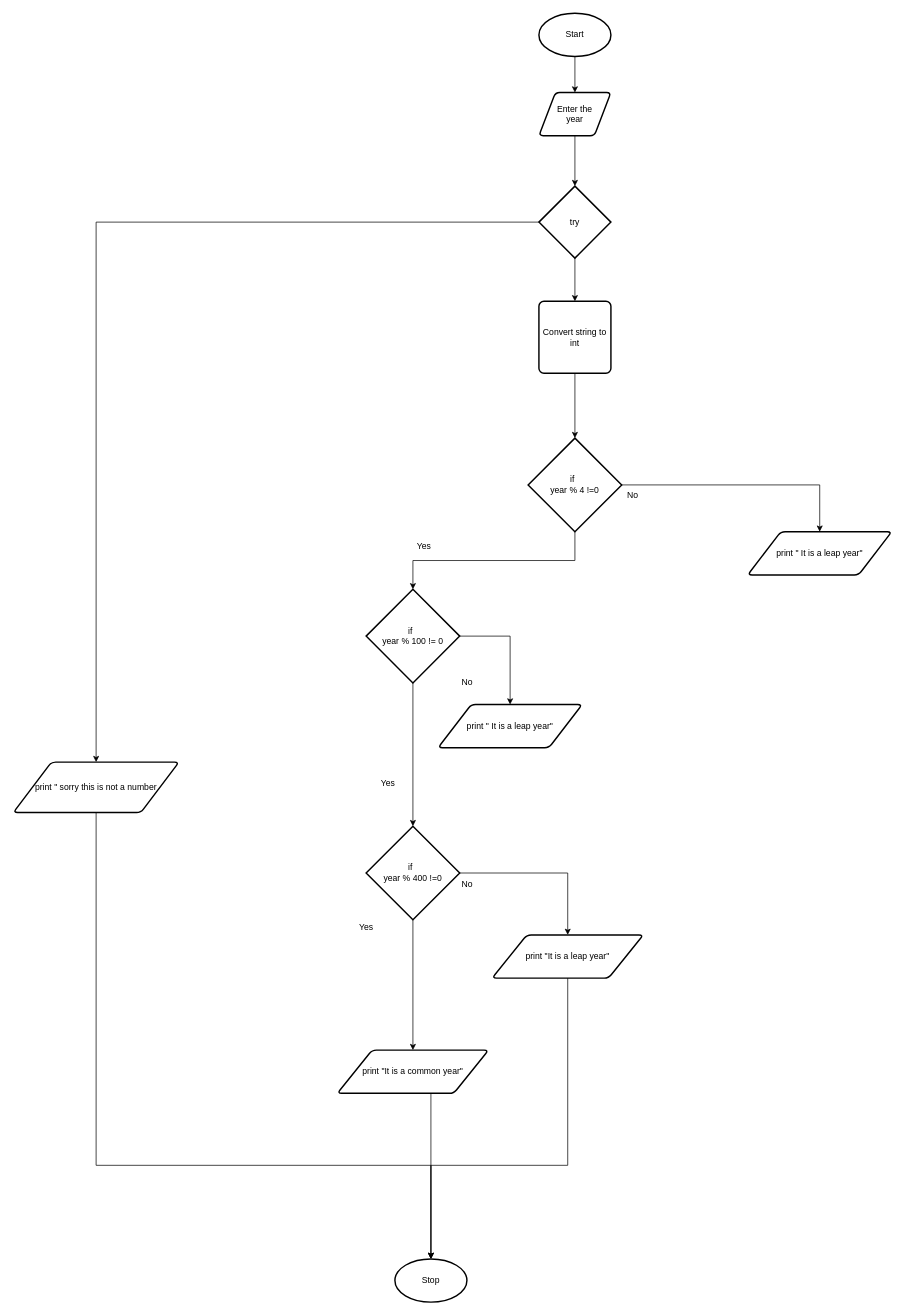
The draw.io diagram Flow-chart.drawio in huihangisaac-ho/ICS3U-Unit3-08-Python, before the edit. Source tidied: cells renumbered, new cells numbered last; positions are measured from the earlier drawing's top-left corner, leaving out a move shared by most shapes. Both pictures are drawn from the tidied source at 72%, with x=0, y=0 at pixel (13, 13).
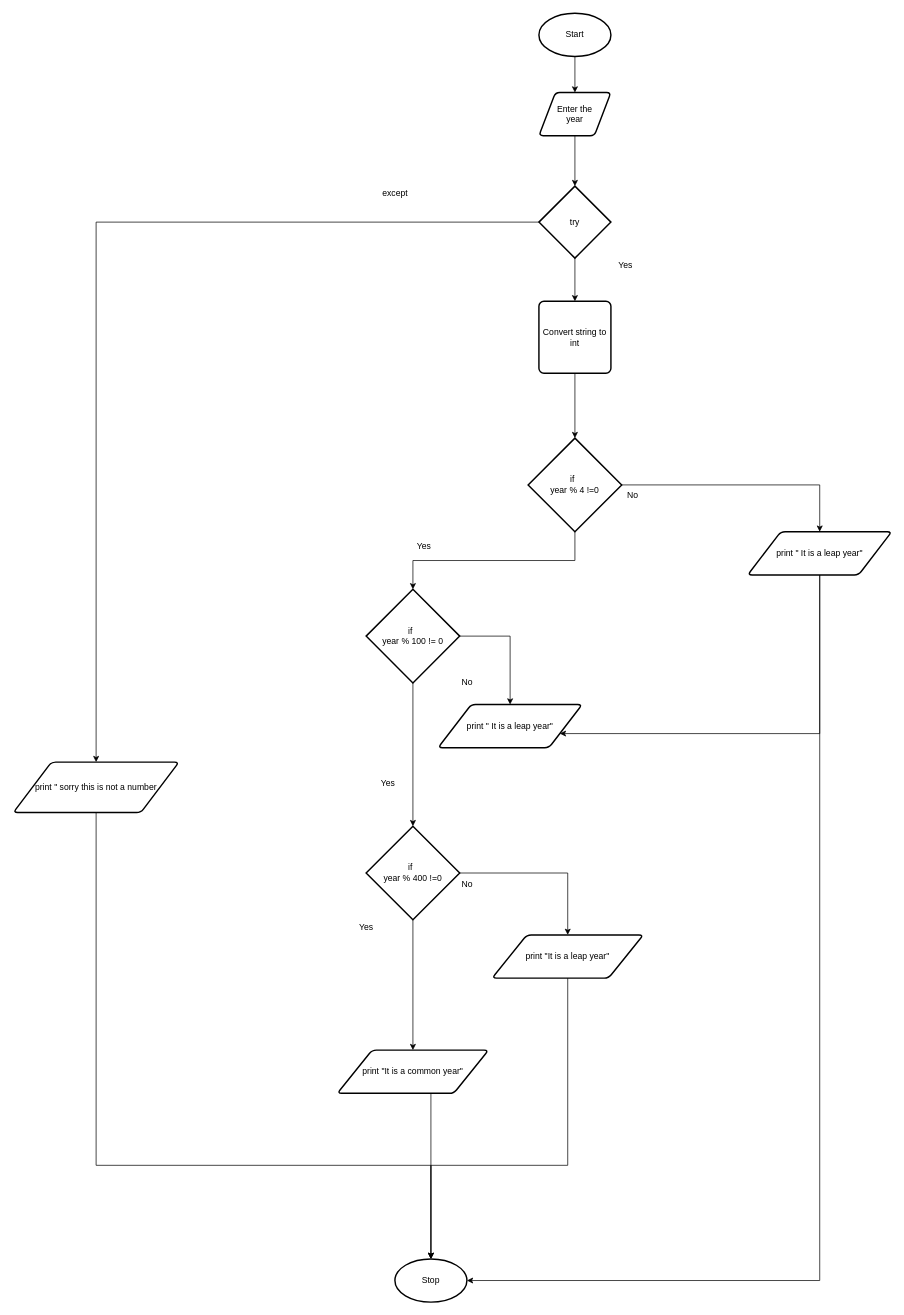
Above is the later version.

The change refers to these unchanged cells:
```xml
<mxCell id="20" value="print &quot; It is a leap year&quot;" style="shape=parallelogram;html=1;strokeWidth=2;perimeter=parallelogramPerimeter;whiteSpace=wrap;rounded=1;arcSize=12;size=0.23;" parent="1" vertex="1">
  <mxGeometry x="590" y="960" width="200" height="60" as="geometry" />
</mxCell>
<mxCell id="24" value="print &quot; It is a leap year&quot;" style="shape=parallelogram;html=1;strokeWidth=2;perimeter=parallelogramPerimeter;whiteSpace=wrap;rounded=1;arcSize=12;size=0.23;" parent="1" vertex="1">
  <mxGeometry x="1020" y="720" width="200" height="60" as="geometry" />
</mxCell>
<mxCell id="34" value="Stop" style="strokeWidth=2;html=1;shape=mxgraph.flowchart.start_1;whiteSpace=wrap;" parent="1" vertex="1">
  <mxGeometry x="530" y="1730" width="100" height="60" as="geometry" />
</mxCell>
```

Change to the diagram source:
```diff
@@
+    <mxCell id="35" style="edgeStyle=orthogonalEdgeStyle;html=1;exitX=0.5;exitY=1;exitDx=0;exitDy=0;entryX=1;entryY=0.5;entryDx=0;entryDy=0;entryPerimeter=0;rounded=0;" parent="1" edge="1" source="24" target="34">
+      <mxGeometry relative="1" as="geometry" />
+    </mxCell>
+    <mxCell id="36" style="edgeStyle=orthogonalEdgeStyle;rounded=0;html=1;exitX=0.5;exitY=1;exitDx=0;exitDy=0;entryX=1;entryY=0.75;entryDx=0;entryDy=0;" parent="1" edge="1" source="24" target="20">
+      <mxGeometry relative="1" as="geometry">
+        <Array as="points">
+          <mxPoint x="1120" y="1000" />
+        </Array>
+      </mxGeometry>
+    </mxCell>
@@
+    <mxCell id="37" value="except" style="text;html=1;align=center;verticalAlign=middle;strokeColor=none;fillColor=none;" parent="1" vertex="1">
+      <mxGeometry x="505" y="240" width="50" height="20" as="geometry" />
+    </mxCell>
+    <mxCell id="38" value="Yes" style="text;html=1;align=center;verticalAlign=middle;strokeColor=none;fillColor=none;" parent="1" vertex="1">
+      <mxGeometry x="830" y="340" width="40" height="20" as="geometry" />
+    </mxCell>
```
